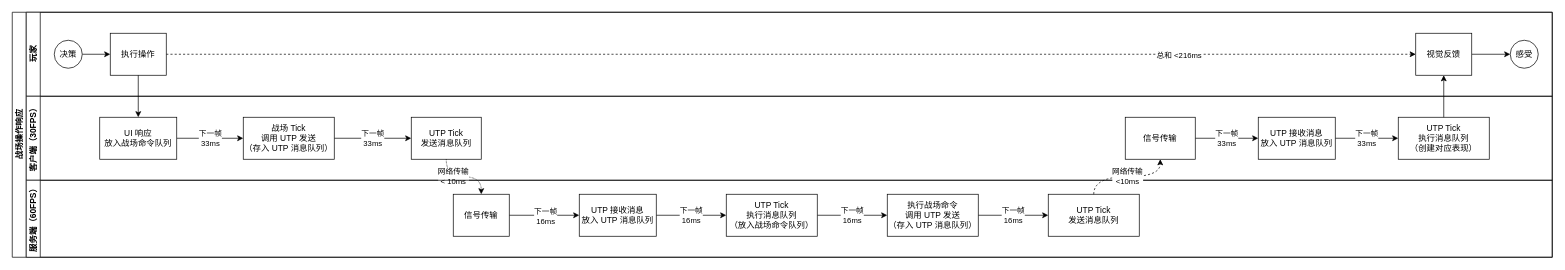
Above: transport.drawio in as573991874/report (draw.io), before the change. Source tidied: cells renumbered, new cells numbered last; positions are measured from the earlier drawing's top-left corner, leaving out a move shared by most shapes. Both pictures are drawn from the tidied source at 70%, with x=0, y=0 at pixel (12, 12).
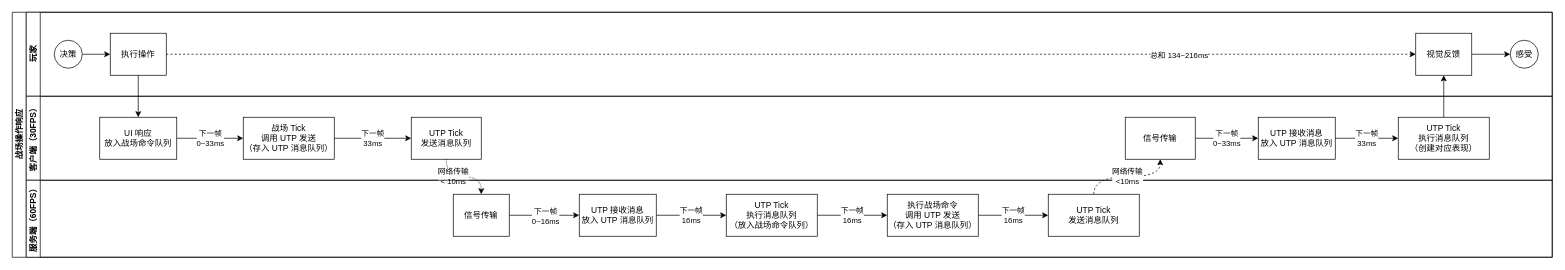
The same diagram, later.

Unchanged cells that the change refers to:
```xml
<mxCell id="6" style="edgeStyle=orthogonalEdgeStyle;rounded=0;jettySize=auto;html=1;exitX=1;exitY=0.5;exitDx=0;exitDy=0;entryX=0;entryY=0.5;entryDx=0;entryDy=0;dashed=1;" parent="3" edge="1" source="8" target="10">
  <mxGeometry relative="1" as="geometry" />
</mxCell>
<mxCell id="12" value="客户端（30FPS）" style="swimlane;html=1;startSize=20;horizontal=0;" parent="2" vertex="1">
  <mxGeometry x="20" y="120" width="2180" height="120" as="geometry" />
</mxCell>
<mxCell id="14" value="UI 响应&lt;br&gt;放入战场命令队列" style="rounded=0;whiteSpace=wrap;html=1;fontFamily=Helvetica;fontSize=12;fontColor=#000000;align=center;" parent="12" vertex="1">
  <mxGeometry x="105" y="30" width="110" height="60" as="geometry" />
</mxCell>
<mxCell id="16" value="战场 Tick&lt;br&gt;调用 UTP 发送&lt;br&gt;（存入 UTP 消息队列）" style="rounded=0;whiteSpace=wrap;html=1;fontFamily=Helvetica;fontSize=12;fontColor=#000000;align=center;" parent="12" vertex="1">
  <mxGeometry x="310" y="30" width="130" height="60" as="geometry" />
</mxCell>
<mxCell id="19" value="信号传输" style="rounded=0;whiteSpace=wrap;html=1;fontFamily=Helvetica;fontSize=12;fontColor=#000000;align=center;" parent="12" vertex="1">
  <mxGeometry x="1570" y="30" width="100" height="60" as="geometry" />
</mxCell>
<mxCell id="21" value="UTP 接收消息&lt;br&gt;放入 UTP 消息队列" style="rounded=0;whiteSpace=wrap;html=1;fontFamily=Helvetica;fontSize=12;fontColor=#000000;align=center;" parent="12" vertex="1">
  <mxGeometry x="1760" y="30" width="110" height="60" as="geometry" />
</mxCell>
<mxCell id="27" style="rounded=0;jettySize=auto;html=1;exitX=1;exitY=0.5;exitDx=0;exitDy=0;entryX=0;entryY=0.5;entryDx=0;entryDy=0;elbow=vertical;" parent="26" edge="1" source="29" target="31">
  <mxGeometry relative="1" as="geometry" />
</mxCell>
```

Diff of the diagram source:
```diff
@@
-    <mxCell id="7" value="总和 &amp;lt;216ms" style="edgeLabel;html=1;align=center;verticalAlign=middle;" parent="6" vertex="1">
+    <mxCell id="7" value="总和 134~216ms" style="edgeLabel;html=1;align=center;verticalAlign=middle;" parent="6" vertex="1">
       <mxGeometry x="0.62" relative="1" as="geometry">
         <mxPoint y="1" as="offset" />
       </mxGeometry>
     </mxCell>
@@
-    <mxCell id="13" value="下一帧&lt;br&gt;33ms" style="edgeStyle=orthogonalEdgeStyle;rounded=0;jettySize=auto;html=1;exitX=1;exitY=0.5;exitDx=0;exitDy=0;entryX=0;entryY=0.5;entryDx=0;entryDy=0;" parent="12" edge="1" source="14" target="16">
+    <mxCell id="13" value="下一帧&lt;br&gt;0~33ms" style="edgeStyle=orthogonalEdgeStyle;rounded=0;jettySize=auto;html=1;exitX=1;exitY=0.5;exitDx=0;exitDy=0;entryX=0;entryY=0.5;entryDx=0;entryDy=0;" parent="12" edge="1" source="14" target="16">
       <mxGeometry relative="1" as="geometry" />
     </mxCell>
@@
-    <mxCell id="18" value="下一帧&lt;br&gt;33ms" style="edgeStyle=none;rounded=0;jettySize=auto;html=1;exitX=1;exitY=0.5;exitDx=0;exitDy=0;entryX=0;entryY=0.5;entryDx=0;entryDy=0;elbow=vertical;" parent="12" edge="1" source="19" target="21">
+    <mxCell id="18" value="下一帧&lt;br&gt;0~33ms" style="edgeStyle=none;rounded=0;jettySize=auto;html=1;exitX=1;exitY=0.5;exitDx=0;exitDy=0;entryX=0;entryY=0.5;entryDx=0;entryDy=0;elbow=vertical;" parent="12" edge="1" source="19" target="21">
       <mxGeometry relative="1" as="geometry" />
     </mxCell>
@@
-    <mxCell id="28" value="下一帧&lt;br&gt;16ms" style="edgeLabel;html=1;align=center;verticalAlign=middle;" parent="27" vertex="1">
+    <mxCell id="28" value="下一帧&lt;br&gt;0~16ms" style="edgeLabel;html=1;align=center;verticalAlign=middle;" parent="27" vertex="1">
       <mxGeometry x="0.02" relative="1" as="geometry">
         <mxPoint y="1" as="offset" />
       </mxGeometry>
     </mxCell>
```
